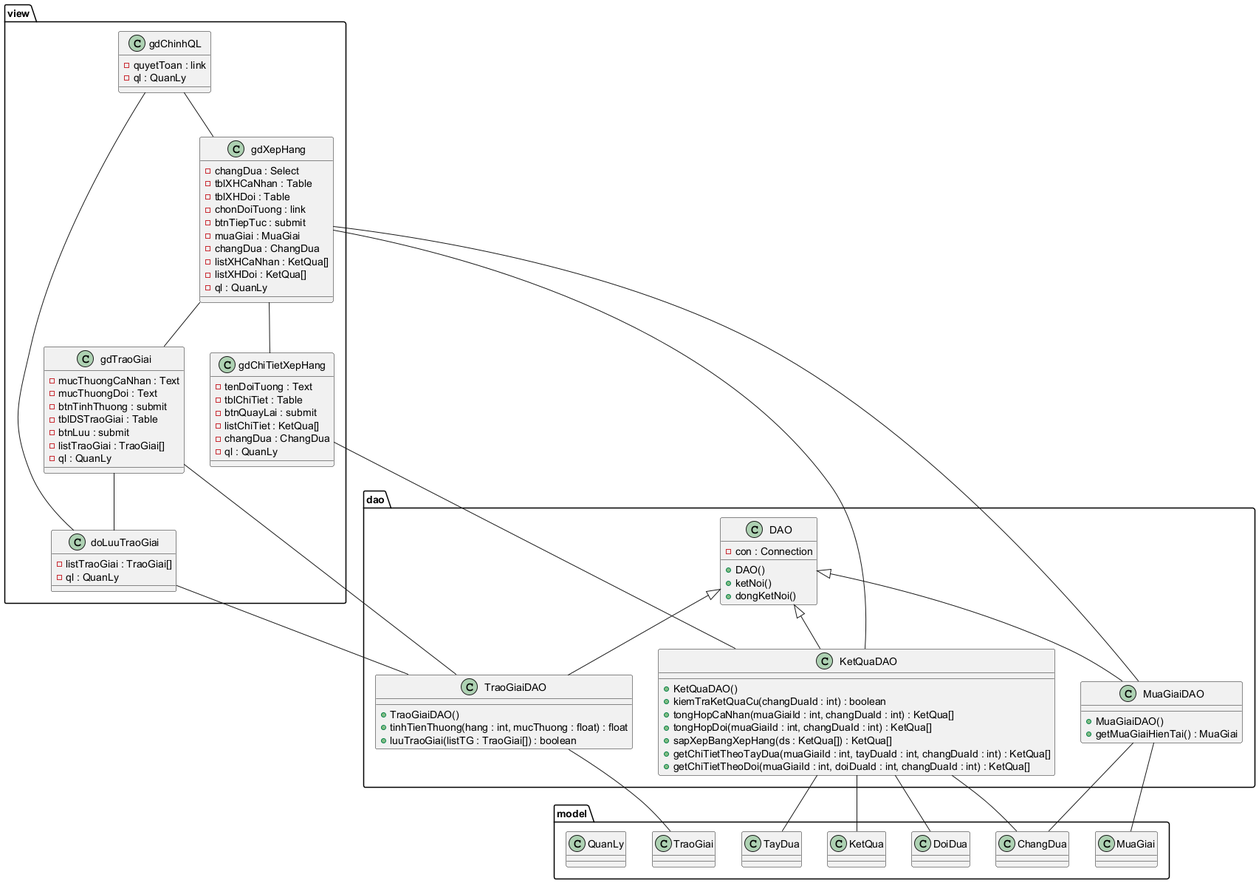
Before: Module 4 - Thanh/hinh/ref/5-bieu-do-lop-thiet-ke-view-dao-model.png, a diagram exported from PlantUML (7gho/CNPM-He2026). The source it was exported from:
```plantuml
@startuml
package "view" as pkgView {
  class gdChinhQL {
    -quyetToan : link
    -ql : QuanLy
  }
  class gdXepHang {
    -changDua : Select
    -tblXHCaNhan : Table
    -tblXHDoi : Table
    -chonDoiTuong : link
    -btnTiepTuc : submit
    -muaGiai : MuaGiai
    -changDua : ChangDua
    -listXHCaNhan : KetQua[]
    -listXHDoi : KetQua[]
    -ql : QuanLy
  }
  class gdChiTietXepHang {
    -tenDoiTuong : Text
    -tblChiTiet : Table
    -btnQuayLai : submit
    -listChiTiet : KetQua[]
    -changDua : ChangDua
    -ql : QuanLy
  }
  class gdTraoGiai {
    -mucThuongCaNhan : Text
    -mucThuongDoi : Text
    -btnTinhThuong : submit
    -tblDSTraoGiai : Table
    -btnLuu : submit
    -listTraoGiai : TraoGiai[]
    -ql : QuanLy
  }
  class doLuuTraoGiai {
    -listTraoGiai : TraoGiai[]
    -ql : QuanLy
  }
}
package "dao" as pkgDAO {
  class DAO {
    -con : Connection
    +DAO()
    +ketNoi()
    +dongKetNoi()
  }
  class MuaGiaiDAO {
    +MuaGiaiDAO()
    +getMuaGiaiHienTai() : MuaGiai
  }
  class KetQuaDAO {
    +KetQuaDAO()
    +kiemTraKetQuaCu(changDuaId : int) : boolean
    +tongHopCaNhan(muaGiaiId : int, changDuaId : int) : KetQua[]
    +tongHopDoi(muaGiaiId : int, changDuaId : int) : KetQua[]
    +sapXepBangXepHang(ds : KetQua[]) : KetQua[]
    +getChiTietTheoTayDua(muaGiaiId : int, tayDuaId : int, changDuaId : int) : KetQua[]
    +getChiTietTheoDoi(muaGiaiId : int, doiDuaId : int, changDuaId : int) : KetQua[]
  }
  class TraoGiaiDAO {
    +TraoGiaiDAO()
    +tinhTienThuong(hang : int, mucThuong : float) : float
    +luuTraoGiai(listTG : TraoGiai[]) : boolean
  }
}
package "model" as pkgModel {
  class MuaGiai
  class ChangDua
  class KetQua
  class TayDua
  class DoiDua
  class TraoGiai
  class QuanLy
}

DAO <|-- MuaGiaiDAO
DAO <|-- KetQuaDAO
DAO <|-- TraoGiaiDAO

gdChinhQL -- gdXepHang
gdXepHang -- gdChiTietXepHang
gdXepHang -- gdTraoGiai
gdTraoGiai -- doLuuTraoGiai
doLuuTraoGiai -- gdChinhQL
gdXepHang -- MuaGiaiDAO
gdXepHang -- KetQuaDAO
gdChiTietXepHang -- KetQuaDAO
gdTraoGiai -- TraoGiaiDAO
doLuuTraoGiai -- TraoGiaiDAO

MuaGiaiDAO -- MuaGiai
MuaGiaiDAO -- ChangDua
KetQuaDAO -- KetQua
KetQuaDAO -- ChangDua
KetQuaDAO -- TayDua
KetQuaDAO -- DoiDua
TraoGiaiDAO -- TraoGiai
@enduml
```
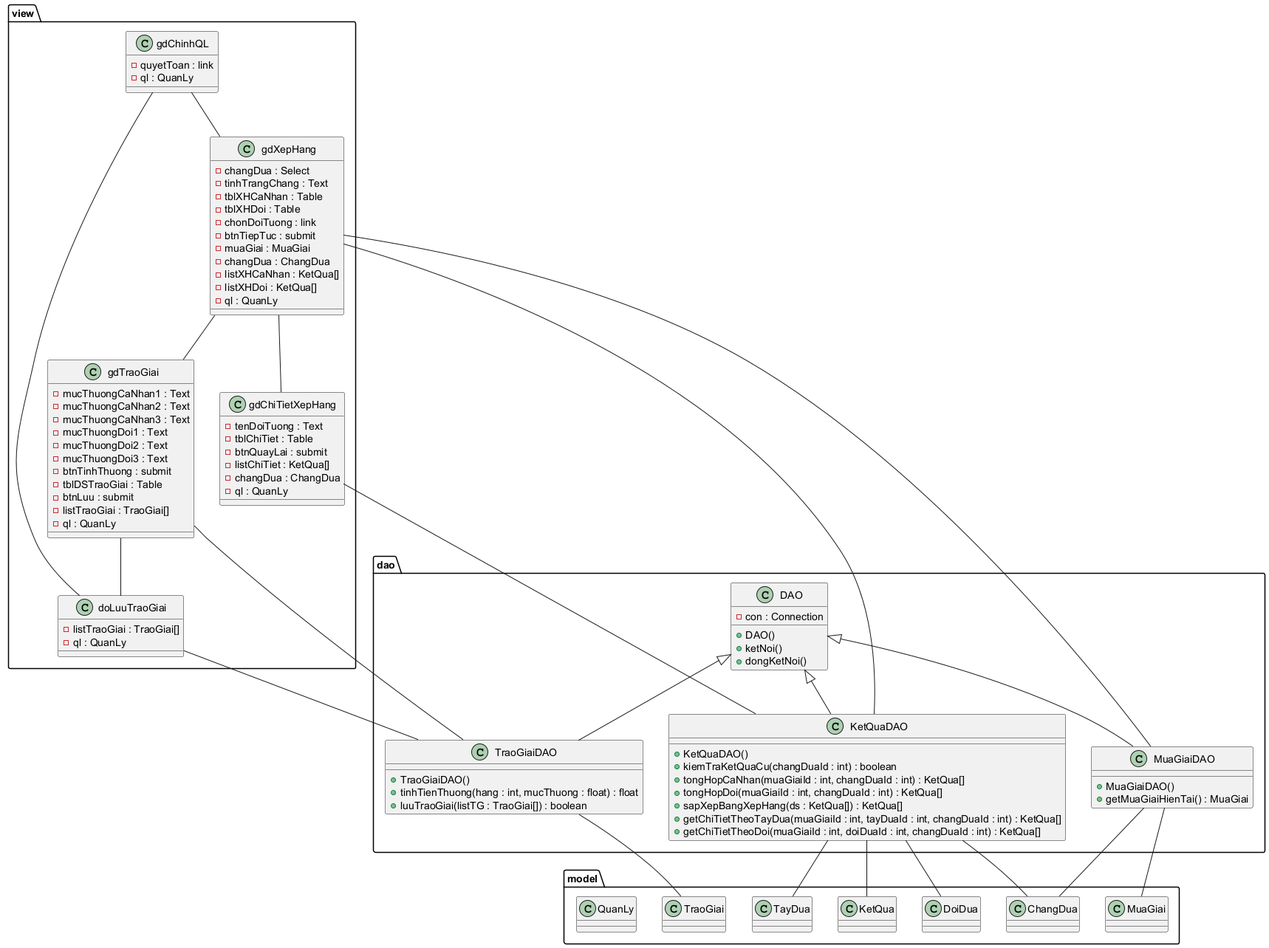
After the change.

What changed in the source:
```diff
@@ -6,6 +6,7 @@
   }
   class gdXepHang {
     -changDua : Select
+    -tinhTrangChang : Text
     -tblXHCaNhan : Table
     -tblXHDoi : Table
     -chonDoiTuong : link
@@ -25,8 +26,12 @@
     -ql : QuanLy
   }
   class gdTraoGiai {
-    -mucThuongCaNhan : Text
-    -mucThuongDoi : Text
+    -mucThuongCaNhan1 : Text
+    -mucThuongCaNhan2 : Text
+    -mucThuongCaNhan3 : Text
+    -mucThuongDoi1 : Text
+    -mucThuongDoi2 : Text
+    -mucThuongDoi3 : Text
     -btnTinhThuong : submit
     -tblDSTraoGiai : Table
     -btnLuu : submit
```
